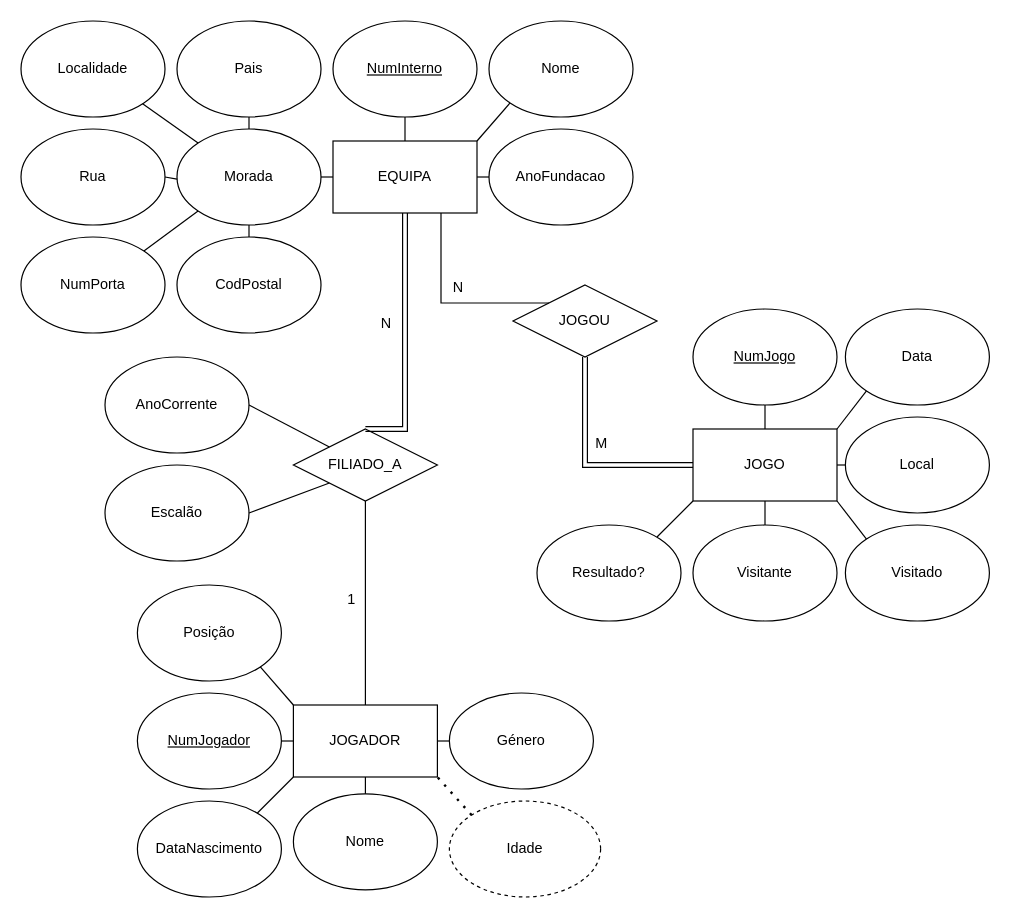
Before: EX1.drawio in dabiditos/SistemasDeBasesDeDados, a draw.io diagram. Source tidied: cells renumbered, new cells numbered last; positions are measured from the earlier drawing's top-left corner, leaving out a move shared by most shapes. Both pictures are drawn from the tidied source at 120%, with x=0, y=0 at pixel (20, 20).
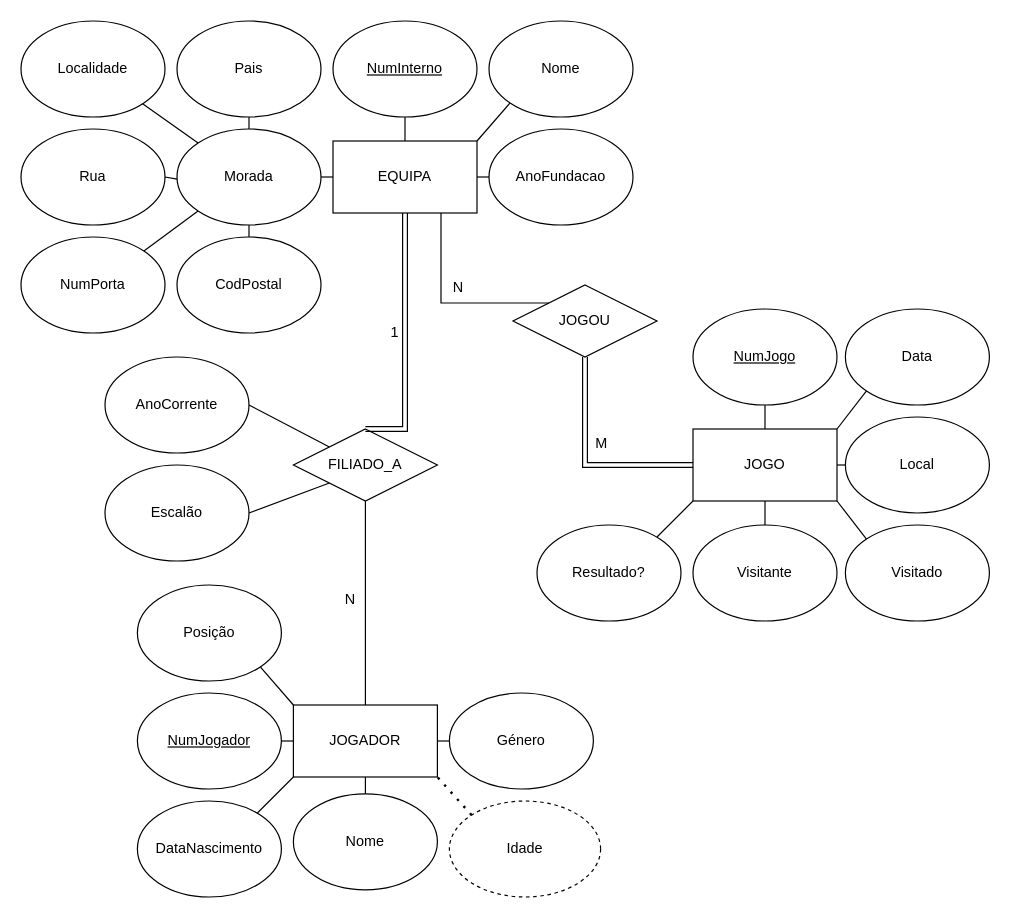
Above is the later version.

The change refers to these unchanged cells:
```xml
<mxCell id="2" value="EQUIPA" style="rounded=0;whiteSpace=wrap;html=1;" parent="1" vertex="1">
  <mxGeometry x="260" y="100" width="120" height="60" as="geometry" />
</mxCell>
<mxCell id="52" value="FILIADO_A" style="shape=rhombus;perimeter=rhombusPerimeter;whiteSpace=wrap;html=1;align=center;" parent="1" vertex="1">
  <mxGeometry x="227" y="340" width="120" height="60" as="geometry" />
</mxCell>
<mxCell id="57" style="endArrow=none;html=1;rounded=0;entryX=0.5;entryY=1;entryDx=0;entryDy=0;exitX=0.5;exitY=0;exitDx=0;exitDy=0;" parent="1" edge="1" source="21" target="52">
  <mxGeometry relative="1" as="geometry" />
</mxCell>
```

Change to the diagram source:
```diff
@@
-    <mxCell id="58" value="1" style="html=1;whiteSpace=wrap;align=right;verticalAlign=bottom;" parent="57" vertex="1">
+    <mxCell id="58" value="N" style="html=1;whiteSpace=wrap;align=right;verticalAlign=bottom;" parent="57" vertex="1">
       <mxGeometry x="1" relative="1" as="geometry">
         <mxPoint x="-7" y="90" as="offset" />
       </mxGeometry>
     </mxCell>
-    <mxCell id="59" style="shape=link;html=1;rounded=0;entryX=0.5;entryY=1;entryDx=0;entryDy=0;exitX=0.5;exitY=0;exitDx=0;exitDy=0;" parent="1" edge="1" source="52" target="2">
+    <mxCell id="59" style="shape=link;html=1;rounded=0;entryX=0.5;entryY=1;entryDx=0;entryDy=0;exitX=0.5;exitY=0;exitDx=0;exitDy=0;" parent="1" edge="1">
       <mxGeometry relative="1" as="geometry">
+        <mxPoint x="287" y="340" as="sourcePoint" />
+        <mxPoint x="320" y="160" as="targetPoint" />
         <Array as="points">
           <mxPoint x="320" y="340" />
         </Array>
       </mxGeometry>
     </mxCell>
-    <mxCell id="60" value="N" style="html=1;whiteSpace=wrap;align=right;verticalAlign=bottom;" parent="1" vertex="1">
-      <mxGeometry x="310" y="260" as="geometry" />
+    <mxCell id="60" value="1" style="html=1;whiteSpace=wrap;align=right;verticalAlign=bottom;" parent="1" vertex="1">
+      <mxGeometry x="320" y="270" as="geometry">
+        <mxPoint x="-4" y="-2" as="offset" />
+      </mxGeometry>
     </mxCell>
```
